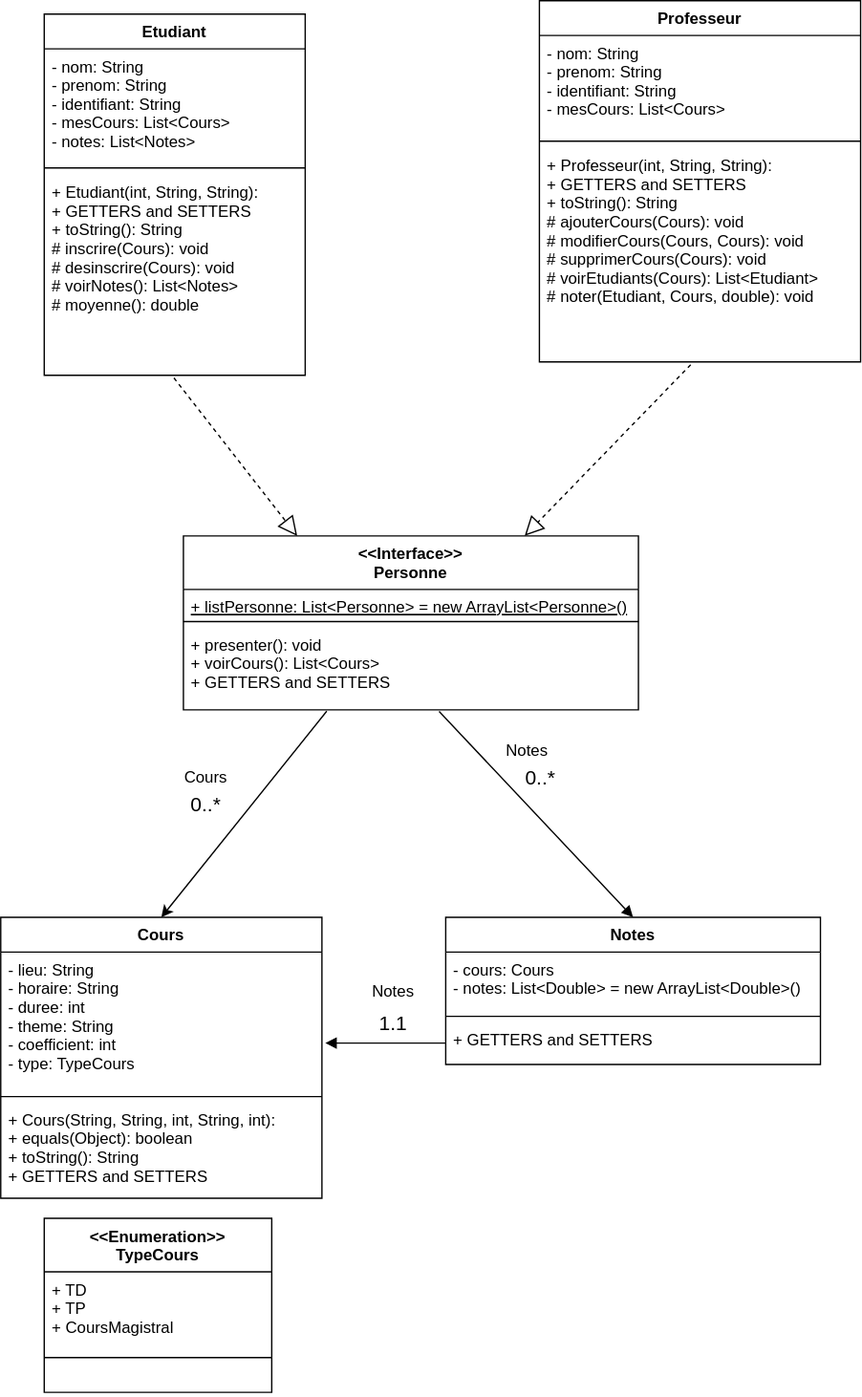
jeremyfouquet/heritage_java keeps this draw.io diagram as TP9_SystemeScolaire/assets/diagramme_de_classe.drawio.svg. Above is the earlier version. Source tidied: cells renumbered, new cells last; positions are measured from the earlier drawing's top-left corner, leaving out a move shared by most shapes.
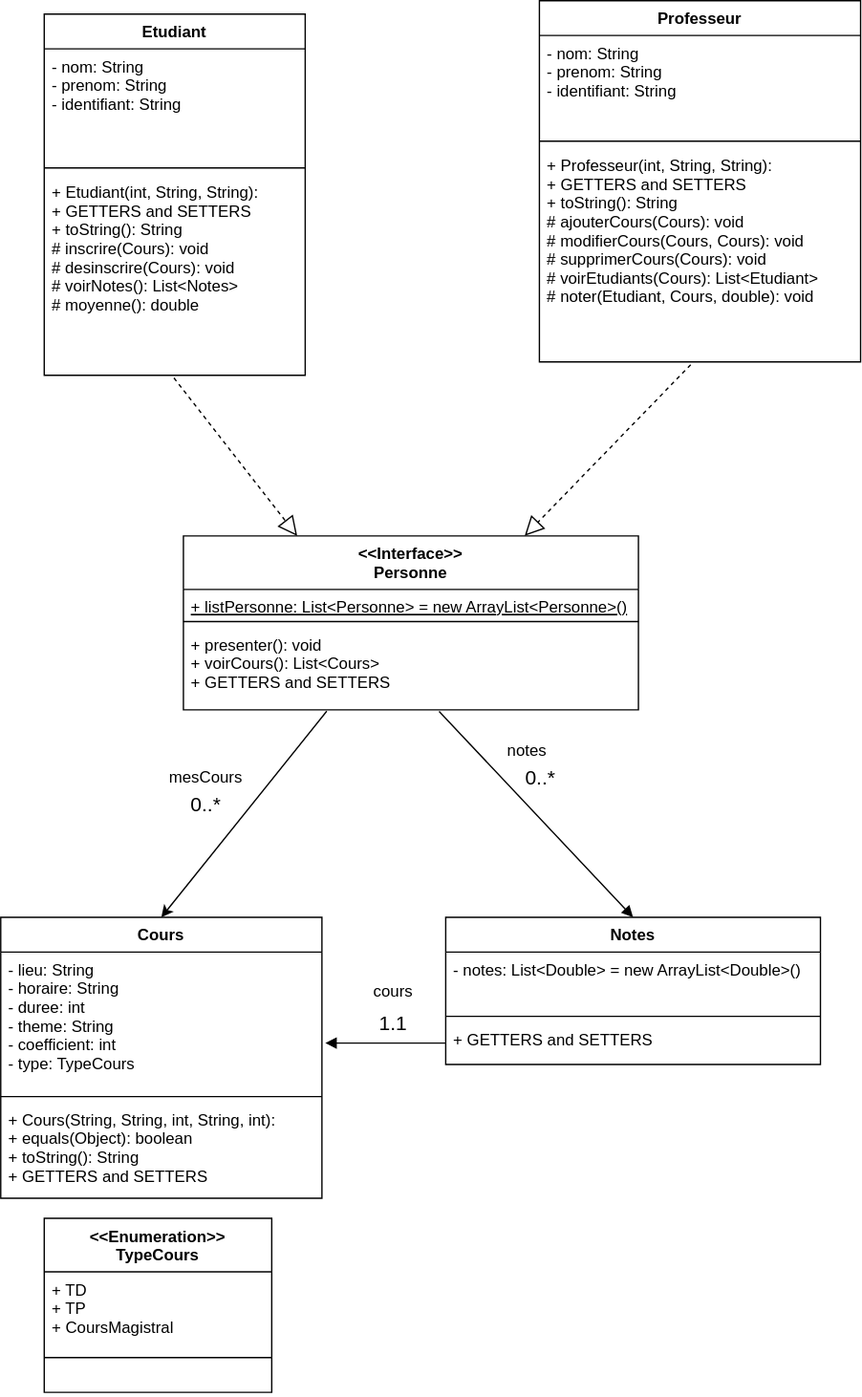
After the change.

The edit, as a diff of the source:
```diff
@@ -29,7 +29,7 @@
     <mxCell id="10" value="Etudiant" style="swimlane;fontStyle=1;align=center;verticalAlign=top;horizontal=1;startSize=26;" parent="1" vertex="1">
       <mxGeometry x="32.5" y="10" width="195" height="270" as="geometry" />
     </mxCell>
-    <mxCell id="11" value="- nom: String&#10;- prenom: String&#10;- identifiant: String&#10;- mesCours: List&lt;Cours&gt;&#10;- notes: List&lt;Notes&gt;" style="text;strokeColor=none;fillColor=none;align=left;verticalAlign=top;spacingLeft=4;spacingRight=4;overflow=hidden;fontStyle=0;" parent="10" vertex="1">
+    <mxCell id="11" value="- nom: String&#10;- prenom: String&#10;- identifiant: String&#10;" style="text;strokeColor=none;fillColor=none;align=left;verticalAlign=top;spacingLeft=4;spacingRight=4;overflow=hidden;fontStyle=0;" parent="10" vertex="1">
       <mxGeometry y="26" width="195" height="84" as="geometry" />
     </mxCell>
     <mxCell id="12" style="line;strokeWidth=1;fillColor=none;align=left;verticalAlign=middle;spacingTop=-1;spacingLeft=3;spacingRight=3;labelPosition=right;" parent="10" vertex="1">
@@ -41,7 +41,7 @@
     <mxCell id="14" value="Professeur" style="swimlane;fontStyle=1;align=center;verticalAlign=top;horizontal=1;startSize=26;" parent="1" vertex="1">
       <mxGeometry x="402.5" width="240" height="270" as="geometry" />
     </mxCell>
-    <mxCell id="15" value="- nom: String&#10;- prenom: String&#10;- identifiant: String&#10;- mesCours: List&lt;Cours&gt;" style="text;strokeColor=none;fillColor=none;align=left;verticalAlign=top;spacingLeft=4;spacingRight=4;overflow=hidden;fontStyle=0;" parent="14" vertex="1">
+    <mxCell id="15" value="- nom: String&#10;- prenom: String&#10;- identifiant: String&#10;" style="text;strokeColor=none;fillColor=none;align=left;verticalAlign=top;spacingLeft=4;spacingRight=4;overflow=hidden;fontStyle=0;" parent="14" vertex="1">
       <mxGeometry y="26" width="240" height="74" as="geometry" />
     </mxCell>
     <mxCell id="16" style="line;strokeWidth=1;fillColor=none;align=left;verticalAlign=middle;spacingTop=-1;spacingLeft=3;spacingRight=3;labelPosition=right;" parent="14" vertex="1">
@@ -71,7 +71,7 @@
     <mxCell id="24" value="Notes" style="swimlane;fontStyle=1;align=center;verticalAlign=top;horizontal=1;startSize=26;" parent="1" vertex="1">
       <mxGeometry x="332.5" y="685" width="280" height="110" as="geometry" />
     </mxCell>
-    <mxCell id="25" value="- cours: Cours&#10;- notes: List&lt;Double&gt; = new ArrayList&lt;Double&gt;()" style="text;strokeColor=none;fillColor=none;align=left;verticalAlign=top;spacingLeft=4;spacingRight=4;overflow=hidden;fontStyle=0;" parent="24" vertex="1">
+    <mxCell id="25" value="- notes: List&lt;Double&gt; = new ArrayList&lt;Double&gt;()" style="text;strokeColor=none;fillColor=none;align=left;verticalAlign=top;spacingLeft=4;spacingRight=4;overflow=hidden;fontStyle=0;" parent="24" vertex="1">
       <mxGeometry y="26" width="280" height="44" as="geometry" />
     </mxCell>
     <mxCell id="26" style="line;strokeWidth=1;fillColor=none;align=left;verticalAlign=middle;spacingTop=-1;spacingLeft=3;spacingRight=3;labelPosition=right;" parent="24" vertex="1">
@@ -80,7 +80,7 @@
     <mxCell id="27" value="+ GETTERS and SETTERS" style="text;strokeColor=none;fillColor=none;align=left;verticalAlign=top;spacingLeft=4;spacingRight=4;overflow=hidden;points=[[0,0.5],[1,0.5]];portConstraint=eastwest;fontStyle=0;" parent="24" vertex="1">
       <mxGeometry y="78" width="280" height="32" as="geometry" />
     </mxCell>
-    <mxCell id="28" value="&lt;font style=&quot;font-size: 12px&quot;&gt;Notes&lt;/font&gt;" style="html=1;verticalAlign=bottom;endArrow=block;rounded=0;entryX=0.5;entryY=0;entryDx=0;entryDy=0;exitX=0.562;exitY=1.019;exitDx=0;exitDy=0;exitPerimeter=0;" parent="1" edge="1" source="9" target="24">
+    <mxCell id="28" value="&lt;font style=&quot;font-size: 12px&quot;&gt;notes&lt;/font&gt;" style="html=1;verticalAlign=bottom;endArrow=block;rounded=0;entryX=0.5;entryY=0;entryDx=0;entryDy=0;exitX=0.562;exitY=1.019;exitDx=0;exitDy=0;exitPerimeter=0;" parent="1" edge="1" source="9" target="24">
       <mxGeometry x="-0.31" y="21" relative="1" as="geometry" />
     </mxCell>
     <mxCell id="29" value="0..*" style="edgeLabel;html=1;align=center;verticalAlign=middle;fontSize=15;" parent="28" vertex="1">
@@ -91,7 +91,7 @@
     <mxCell id="30" style="edgeStyle=none;rounded=0;jettySize=auto;html=1;fontSize=12;exitX=0.315;exitY=1.016;exitDx=0;exitDy=0;entryX=0.5;entryY=0;entryDx=0;entryDy=0;exitPerimeter=0;" parent="1" edge="1" source="9" target="2">
       <mxGeometry relative="1" as="geometry" />
     </mxCell>
-    <mxCell id="31" value="Cours" style="edgeLabel;html=1;align=center;verticalAlign=middle;fontSize=12;" parent="30" vertex="1">
+    <mxCell id="31" value="mesCours" style="edgeLabel;html=1;align=center;verticalAlign=middle;fontSize=12;" parent="30" vertex="1">
       <mxGeometry x="0.32" relative="1" as="geometry">
         <mxPoint x="-9" y="-53" as="offset" />
       </mxGeometry>
@@ -101,7 +101,7 @@
         <mxPoint x="4" y="-51" as="offset" />
       </mxGeometry>
     </mxCell>
-    <mxCell id="33" value="&lt;font style=&quot;font-size: 12px&quot;&gt;Notes&lt;/font&gt;" style="html=1;verticalAlign=bottom;endArrow=block;rounded=0;exitX=0;exitY=0.5;exitDx=0;exitDy=0;" parent="1" edge="1" source="27">
+    <mxCell id="33" value="&lt;span style=&quot;font-size: 12px&quot;&gt;cours&lt;/span&gt;" style="html=1;verticalAlign=bottom;endArrow=block;rounded=0;exitX=0;exitY=0.5;exitDx=0;exitDy=0;" parent="1" edge="1" source="27">
       <mxGeometry x="-0.11" y="-29" relative="1" as="geometry">
         <mxPoint x="242.5" y="779" as="targetPoint" />
       </mxGeometry>
```
